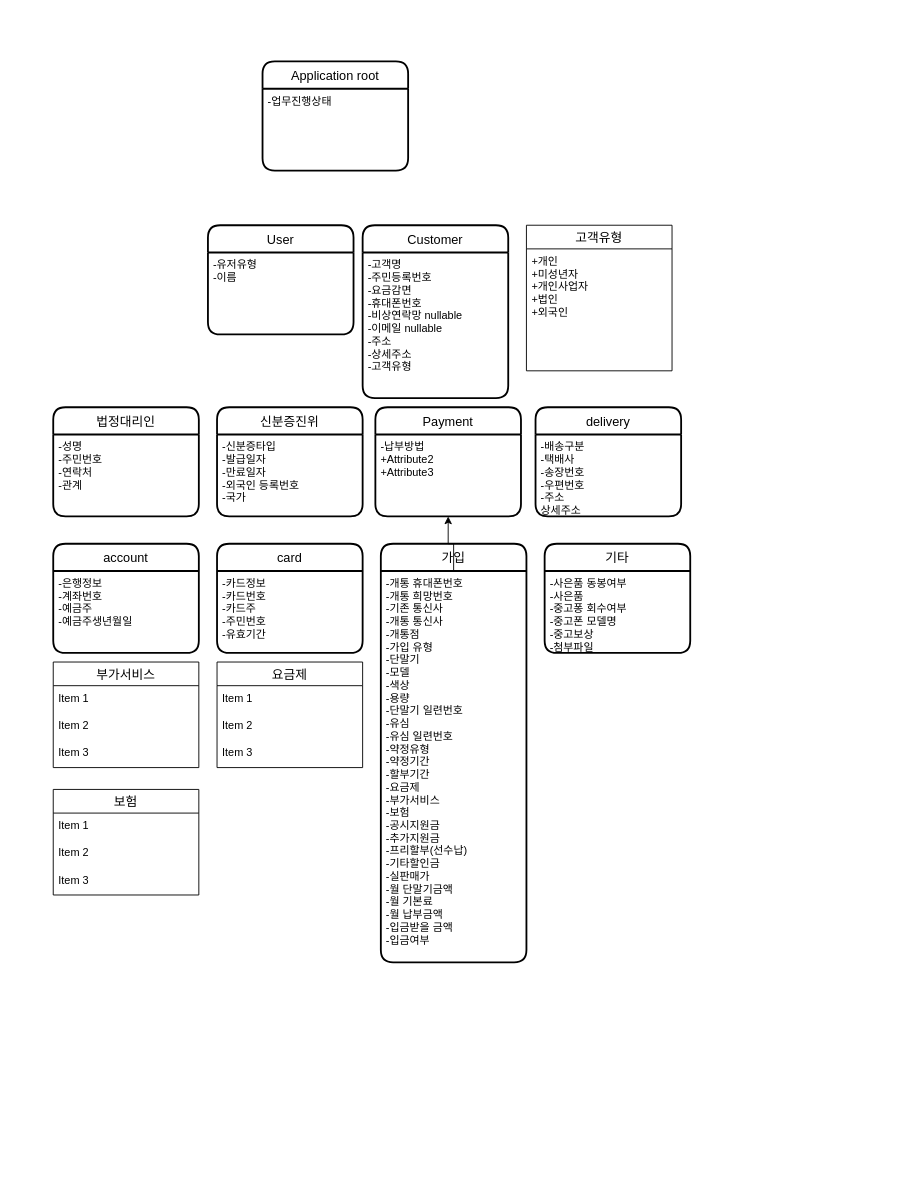
Above: daema-api/src/main/resources/Untitled Diagram.drawio in birdm1n/-backend (draw.io), before the change. Source tidied: cells renumbered, new cells numbered last; positions are measured from the earlier drawing's top-left corner, leaving out a move shared by most shapes. Both pictures are drawn from the tidied source at 91%, with x=0, y=0 at pixel (53, 61).
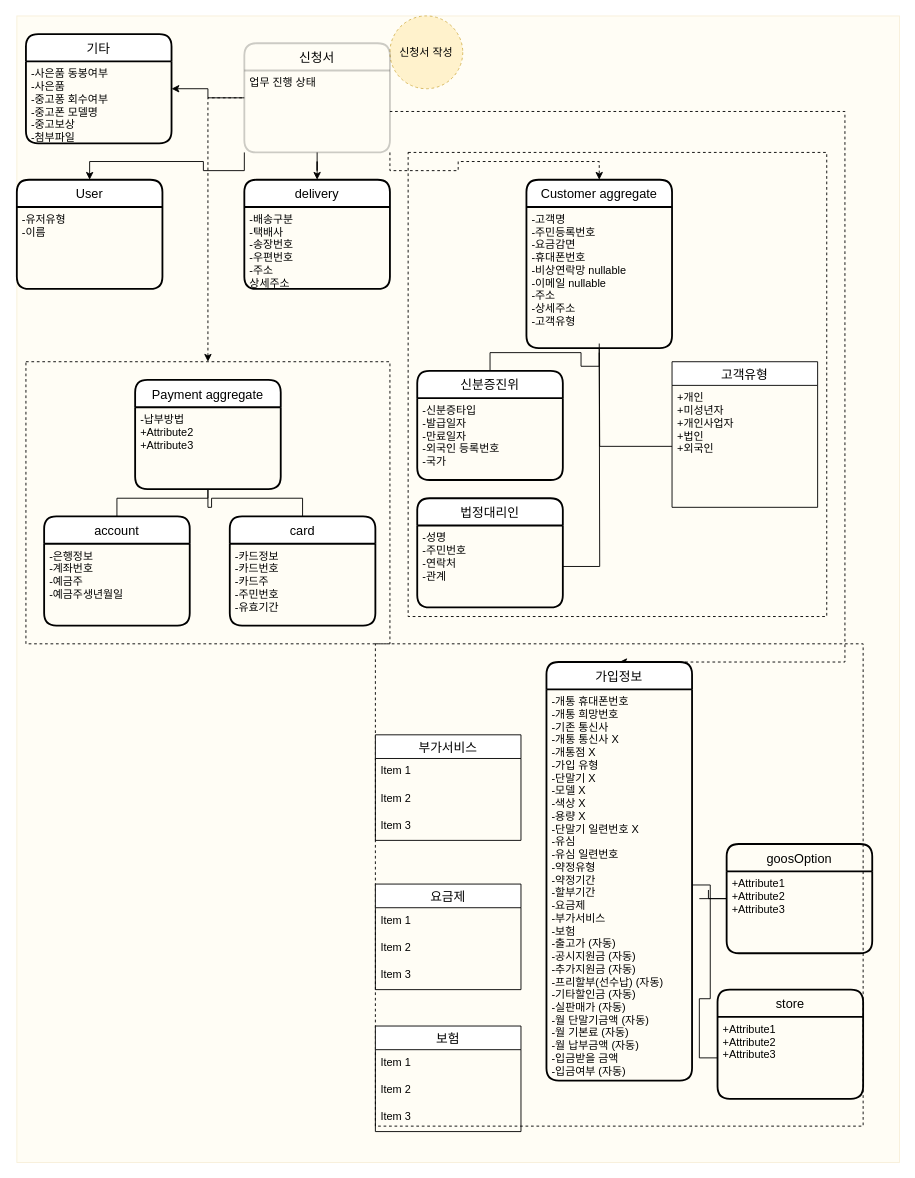
The same diagram, later.

The change refers to these unchanged cells:
```xml
<mxCell id="9" value="+개인&#10;+미성년자&#10;+개인사업자&#10;+법인&#10;+외국인" style="text;strokeColor=none;fillColor=none;spacingLeft=4;spacingRight=4;overflow=hidden;points=[[0,0.5],[1,0.5]];portConstraint=eastwest;fontSize=12;" parent="8" vertex="1">
  <mxGeometry y="26" width="160" height="134" as="geometry" />
</mxCell>
<mxCell id="15" value="-납부방법&#10;+Attribute2&#10;+Attribute3" style="align=left;strokeColor=none;fillColor=none;spacingLeft=4;fontSize=12;verticalAlign=top;" parent="14" vertex="1">
  <mxGeometry y="30" width="160" height="90" as="geometry" />
</mxCell>
```

What changed in the source:
```diff
@@
+    <mxCell id="39" style="whiteSpace=wrap;html=1;fillColor=#fff2cc;strokeColor=#d6b656;opacity=20;" parent="1" vertex="1">
+      <mxGeometry x="-40" y="-50" width="970" height="1260" as="geometry" />
+    </mxCell>
+    <mxCell id="40" style="whiteSpace=wrap;html=1;fillColor=none;dashed=1;" parent="1" vertex="1">
+      <mxGeometry x="354" y="640" width="536" height="530" as="geometry" />
+    </mxCell>
+    <mxCell id="41" style="edgeStyle=orthogonalEdgeStyle;rounded=0;jettySize=auto;html=1;entryX=0;entryY=0.5;entryDx=0;entryDy=0;endArrow=none;endFill=0;strokeColor=#000000;startArrow=classic;startFill=1;dashed=1;" parent="1" edge="1" source="42" target="60">
+      <mxGeometry relative="1" as="geometry" />
+    </mxCell>
+    <mxCell id="42" style="whiteSpace=wrap;html=1;fillColor=none;dashed=1;" parent="1" vertex="1">
+      <mxGeometry x="-30" y="330" width="400" height="310" as="geometry" />
+    </mxCell>
+    <mxCell id="43" style="whiteSpace=wrap;html=1;fillColor=none;dashed=1;" parent="1" vertex="1">
+      <mxGeometry x="390" y="100" width="460" height="510" as="geometry" />
+    </mxCell>
     <mxCell id="2" value="User" style="swimlane;horizontal=1;startSize=30;rounded=1;fontSize=14;fontStyle=0;strokeWidth=2;shadow=0;dashed=0;align=center;" parent="1" vertex="1">
-      <mxGeometry x="170" y="180" width="160" height="120" as="geometry" />
+      <mxGeometry x="-40" y="130" width="160" height="120" as="geometry" />
     </mxCell>
@@
-    <mxCell id="4" value="Application root" style="swimlane;horizontal=1;startSize=30;rounded=1;fontSize=14;fontStyle=0;strokeWidth=2;shadow=0;dashed=0;align=center;" parent="1" vertex="1">
-      <mxGeometry x="230" width="160" height="120" as="geometry" />
-    </mxCell>
-    <mxCell id="5" value="-업무진행상태&#10;&#10;" style="align=left;strokeColor=none;fillColor=none;spacingLeft=4;fontSize=12;verticalAlign=top;" parent="4" vertex="1">
-      <mxGeometry y="30" width="160" height="90" as="geometry" />
-    </mxCell>
-    <mxCell id="6" value="Customer" style="swimlane;horizontal=1;startSize=30;rounded=1;fontSize=14;fontStyle=0;strokeWidth=2;shadow=0;dashed=0;align=center;" parent="1" vertex="1">
-      <mxGeometry x="340" y="180" width="160" height="190" as="geometry" />
+    <mxCell id="6" value="Customer aggregate" style="swimlane;horizontal=1;startSize=30;rounded=1;fontSize=14;fontStyle=0;strokeWidth=2;shadow=0;dashed=0;align=center;" parent="1" vertex="1">
+      <mxGeometry x="520" y="130" width="160" height="185" as="geometry" />
     </mxCell>
     <mxCell id="7" value="-고객명&#10;-주민등록번호&#10;-요금감면&#10;-휴대폰번호&#10;-비상연락망 nullable&#10;-이메일 nullable&#10;-주소&#10;-상세주소&#10;-고객유형" style="align=left;strokeColor=none;fillColor=none;spacingLeft=4;fontSize=12;verticalAlign=top;" parent="6" vertex="1">
-      <mxGeometry y="30" width="160" height="160" as="geometry" />
+      <mxGeometry y="30" width="160" height="155" as="geometry" />
     </mxCell>
     <mxCell id="8" value="고객유형" style="swimlane;fontStyle=0;horizontal=1;startSize=26;align=center;fontSize=14;" parent="1" vertex="1">
-      <mxGeometry x="520" y="180" width="160" height="160" as="geometry" />
+      <mxGeometry x="680" y="330" width="160" height="160" as="geometry" />
     </mxCell>
@@
-    <mxCell id="10" value="법정대리인" style="swimlane;horizontal=1;startSize=30;rounded=1;fontSize=14;fontStyle=0;strokeWidth=2;shadow=0;dashed=0;align=center;" parent="1" vertex="1">
-      <mxGeometry y="380" width="160" height="120" as="geometry" />
-    </mxCell>
-    <mxCell id="11" value="-성명&#10;-주민번호&#10;-연락처&#10;-관계" style="align=left;strokeColor=none;fillColor=none;spacingLeft=4;fontSize=12;verticalAlign=top;" parent="10" vertex="1">
-      <mxGeometry y="30" width="160" height="90" as="geometry" />
-    </mxCell>
+    <mxCell id="44" style="edgeStyle=orthogonalEdgeStyle;rounded=0;jettySize=auto;html=1;entryX=0.5;entryY=1;entryDx=0;entryDy=0;endArrow=none;endFill=0;strokeColor=#000000;" parent="1" edge="1" source="12" target="7">
+      <mxGeometry relative="1" as="geometry" />
+    </mxCell>
     <mxCell id="12" value="신분증진위" style="swimlane;horizontal=1;startSize=30;rounded=1;fontSize=14;fontStyle=0;strokeWidth=2;shadow=0;dashed=0;align=center;" parent="1" vertex="1">
-      <mxGeometry x="180" y="380" width="160" height="120" as="geometry" />
+      <mxGeometry x="400" y="340" width="160" height="120" as="geometry" />
     </mxCell>
@@
-    <mxCell id="14" value="Payment" style="swimlane;horizontal=1;startSize=30;rounded=1;fontSize=14;fontStyle=0;strokeWidth=2;shadow=0;dashed=0;align=center;" parent="1" vertex="1">
-      <mxGeometry x="354" y="380" width="160" height="120" as="geometry" />
+    <mxCell id="14" value="Payment aggregate" style="swimlane;horizontal=1;startSize=30;rounded=1;fontSize=14;fontStyle=0;strokeWidth=2;shadow=0;dashed=0;align=center;" parent="1" vertex="1">
+      <mxGeometry x="90" y="350" width="160" height="120" as="geometry" />
     </mxCell>
@@
+    <mxCell id="45" style="edgeStyle=orthogonalEdgeStyle;rounded=0;jettySize=auto;html=1;entryX=0.5;entryY=1;entryDx=0;entryDy=0;endArrow=none;endFill=0;strokeColor=#000000;" parent="1" edge="1" source="16" target="15">
+      <mxGeometry relative="1" as="geometry" />
+    </mxCell>
     <mxCell id="16" value="account" style="swimlane;horizontal=1;startSize=30;rounded=1;fontSize=14;fontStyle=0;strokeWidth=2;shadow=0;dashed=0;align=center;" parent="1" vertex="1">
-      <mxGeometry y="530" width="160" height="120" as="geometry" />
+      <mxGeometry x="-10" y="500" width="160" height="120" as="geometry" />
     </mxCell>
@@
+    <mxCell id="46" style="edgeStyle=orthogonalEdgeStyle;rounded=0;jettySize=auto;html=1;entryX=0.5;entryY=1;entryDx=0;entryDy=0;endArrow=none;endFill=0;strokeColor=#000000;" parent="1" edge="1" source="18" target="15">
+      <mxGeometry relative="1" as="geometry" />
+    </mxCell>
     <mxCell id="18" value="card" style="swimlane;horizontal=1;startSize=30;rounded=1;fontSize=14;fontStyle=0;strokeWidth=2;shadow=0;dashed=0;align=center;" parent="1" vertex="1">
-      <mxGeometry x="180" y="530" width="160" height="120" as="geometry" />
+      <mxGeometry x="194" y="500" width="160" height="120" as="geometry" />
     </mxCell>
@@
+    <mxCell id="47" style="edgeStyle=orthogonalEdgeStyle;rounded=0;jettySize=auto;html=1;exitX=0.5;exitY=0;exitDx=0;exitDy=0;entryX=1;entryY=0.5;entryDx=0;entryDy=0;endArrow=none;endFill=0;strokeColor=#000000;dashed=1;startArrow=classic;startFill=1;" parent="1" edge="1" source="20" target="61">
+      <mxGeometry relative="1" as="geometry">
+        <Array as="points">
+          <mxPoint x="870" y="660" />
+          <mxPoint x="870" y="55" />
+        </Array>
+      </mxGeometry>
+    </mxCell>
-    <mxCell id="20" value="가입" style="swimlane;horizontal=1;startSize=30;rounded=1;fontSize=14;fontStyle=0;strokeWidth=2;shadow=0;dashed=0;align=center;" parent="1" vertex="1">
-      <mxGeometry x="360" y="530" width="160" height="460" as="geometry" />
+    <mxCell id="20" value="가입정보" style="swimlane;horizontal=1;startSize=30;rounded=1;fontSize=14;fontStyle=0;strokeWidth=2;shadow=0;dashed=0;align=center;" parent="1" vertex="1">
+      <mxGeometry x="542" y="660" width="160" height="460" as="geometry" />
     </mxCell>
-    <mxCell id="21" value="-개통 휴대폰번호&#10;-개통 희망번호&#10;-기존 통신사&#10;-개통 통신사&#10;-개통점&#10;-가입 유형&#10;-단말기&#10;-모델&#10;-색상&#10;-용량&#10;-단말기 일련번호&#10;-유심&#10;-유심 일련번호&#10;-약정유형&#10;-약정기간&#10;-할부기간&#10;-요금제&#10;-부가서비스&#10;-보험&#10;-공시지원금&#10;-추가지원금&#10;-프리할부(선수납)&#10;-기타할인금&#10;-실판매가&#10;-월 단말기금액&#10;-월 기본료&#10;-월 납부금액&#10;-입금받을 금액&#10;-입금여부&#10;" style="align=left;strokeColor=none;fillColor=none;spacingLeft=4;fontSize=12;verticalAlign=top;" parent="20" vertex="1">
+    <mxCell id="21" value="-개통 휴대폰번호&#10;-개통 희망번호&#10;-기존 통신사&#10;-개통 통신사 X&#10;-개통점 X&#10;-가입 유형&#10;-단말기 X&#10;-모델 X&#10;-색상 X&#10;-용량 X&#10;-단말기 일련번호 X&#10;-유심&#10;-유심 일련번호&#10;-약정유형&#10;-약정기간&#10;-할부기간&#10;-요금제&#10;-부가서비스&#10;-보험&#10;-출고가 (자동)&#10;-공시지원금 (자동)&#10;-추가지원금 (자동)&#10;-프리할부(선수납) (자동)&#10;-기타할인금 (자동)&#10;-실판매가 (자동)&#10;-월 단말기금액 (자동)&#10;-월 기본료 (자동)&#10;-월 납부금액 (자동)&#10;-입금받을 금액&#10;-입금여부 (자동)&#10;" style="align=left;strokeColor=none;fillColor=none;spacingLeft=4;fontSize=12;verticalAlign=top;" parent="20" vertex="1">
       <mxGeometry y="30" width="160" height="430" as="geometry" />
     </mxCell>
-    <mxCell id="22" style="edgeStyle=orthogonalEdgeStyle;rounded=0;jettySize=auto;html=1;" parent="1" edge="1" source="21" target="15">
-      <mxGeometry relative="1" as="geometry" />
-    </mxCell>
     <mxCell id="23" value="delivery" style="swimlane;horizontal=1;startSize=30;rounded=1;fontSize=14;fontStyle=0;strokeWidth=2;shadow=0;dashed=0;align=center;" parent="1" vertex="1">
-      <mxGeometry x="530" y="380" width="160" height="120" as="geometry" />
+      <mxGeometry x="210" y="130" width="160" height="120" as="geometry" />
     </mxCell>
@@
+    <mxCell id="48" style="edgeStyle=orthogonalEdgeStyle;rounded=0;jettySize=auto;html=1;entryX=0;entryY=0.5;entryDx=0;entryDy=0;endArrow=none;endFill=0;startArrow=classic;startFill=1;" parent="1" edge="1" source="25" target="60">
+      <mxGeometry relative="1" as="geometry" />
+    </mxCell>
     <mxCell id="25" value="기타" style="swimlane;horizontal=1;startSize=30;rounded=1;fontSize=14;fontStyle=0;strokeWidth=2;shadow=0;dashed=0;align=center;" parent="1" vertex="1">
-      <mxGeometry x="540" y="530" width="160" height="120" as="geometry" />
+      <mxGeometry x="-30" y="-30" width="160" height="120" as="geometry" />
     </mxCell>
@@
     <mxCell id="27" value="부가서비스" style="swimlane;fontStyle=0;horizontal=1;startSize=26;align=center;fontSize=14;" parent="1" vertex="1">
-      <mxGeometry y="660" width="160" height="116" as="geometry" />
+      <mxGeometry x="354" y="740" width="160" height="116" as="geometry" />
     </mxCell>
@@
     <mxCell id="31" value="요금제" style="swimlane;fontStyle=0;horizontal=1;startSize=26;align=center;fontSize=14;" parent="1" vertex="1">
-      <mxGeometry x="180" y="660" width="160" height="116" as="geometry" />
+      <mxGeometry x="354" y="904" width="160" height="116" as="geometry" />
     </mxCell>
@@
     <mxCell id="35" value="보험" style="swimlane;fontStyle=0;horizontal=1;startSize=26;align=center;fontSize=14;" parent="1" vertex="1">
-      <mxGeometry y="800" width="160" height="116" as="geometry" />
+      <mxGeometry x="354" y="1060" width="160" height="116" as="geometry" />
     </mxCell>
@@
+    <mxCell id="10" value="법정대리인" style="swimlane;horizontal=1;startSize=30;rounded=1;fontSize=14;fontStyle=0;strokeWidth=2;shadow=0;dashed=0;align=center;" parent="1" vertex="1">
+      <mxGeometry x="400" y="480" width="160" height="120" as="geometry" />
+    </mxCell>
+    <mxCell id="11" value="-성명&#10;-주민번호&#10;-연락처&#10;-관계" style="align=left;strokeColor=none;fillColor=none;spacingLeft=4;fontSize=12;verticalAlign=top;" parent="10" vertex="1">
+      <mxGeometry y="30" width="160" height="90" as="geometry" />
+    </mxCell>
+    <mxCell id="49" style="edgeStyle=orthogonalEdgeStyle;rounded=0;jettySize=auto;html=1;exitX=1;exitY=0.5;exitDx=0;exitDy=0;endArrow=none;endFill=0;strokeColor=#000000;" parent="1" edge="1" source="11">
+      <mxGeometry relative="1" as="geometry">
+        <mxPoint x="600" y="310" as="targetPoint" />
+      </mxGeometry>
+    </mxCell>
+    <mxCell id="50" style="edgeStyle=orthogonalEdgeStyle;rounded=0;jettySize=auto;html=1;endArrow=none;endFill=0;strokeColor=#000000;" parent="1" edge="1" source="9">
+      <mxGeometry relative="1" as="geometry">
+        <mxPoint x="600" y="320" as="targetPoint" />
+      </mxGeometry>
+    </mxCell>
+    <mxCell id="51" style="edgeStyle=orthogonalEdgeStyle;rounded=0;jettySize=auto;html=1;entryX=1.05;entryY=0.535;entryDx=0;entryDy=0;entryPerimeter=0;endArrow=none;endFill=0;strokeColor=#000000;" parent="1" edge="1" source="53" target="21">
+      <mxGeometry relative="1" as="geometry" />
+    </mxCell>
+    <mxCell id="52" style="edgeStyle=orthogonalEdgeStyle;rounded=0;jettySize=auto;html=1;endArrow=none;endFill=0;strokeColor=#000000;" parent="1" edge="1" source="53">
+      <mxGeometry relative="1" as="geometry">
+        <mxPoint x="720" y="910" as="targetPoint" />
+      </mxGeometry>
+    </mxCell>
+    <mxCell id="53" value="goosOption" style="swimlane;horizontal=1;startSize=30;rounded=1;fontSize=14;fontStyle=0;strokeWidth=2;shadow=0;dashed=0;align=center;fillColor=none;" parent="1" vertex="1">
+      <mxGeometry x="740" y="860" width="160" height="120" as="geometry" />
+    </mxCell>
+    <mxCell id="54" value="+Attribute1&#10;+Attribute2&#10;+Attribute3" style="align=left;strokeColor=none;fillColor=none;spacingLeft=4;fontSize=12;verticalAlign=top;" parent="53" vertex="1">
+      <mxGeometry y="30" width="160" height="90" as="geometry" />
+    </mxCell>
+    <mxCell id="55" value="store" style="swimlane;horizontal=1;startSize=30;rounded=1;fontSize=14;fontStyle=0;strokeWidth=2;shadow=0;dashed=0;align=center;fillColor=none;" parent="1" vertex="1">
+      <mxGeometry x="730" y="1020" width="160" height="120" as="geometry" />
+    </mxCell>
+    <mxCell id="56" value="+Attribute1&#10;+Attribute2&#10;+Attribute3" style="align=left;strokeColor=none;fillColor=none;spacingLeft=4;fontSize=12;verticalAlign=top;" parent="55" vertex="1">
+      <mxGeometry y="30" width="160" height="90" as="geometry" />
+    </mxCell>
+    <mxCell id="57" style="edgeStyle=orthogonalEdgeStyle;rounded=0;jettySize=auto;html=1;entryX=1;entryY=0.5;entryDx=0;entryDy=0;endArrow=none;endFill=0;strokeColor=#000000;" parent="1" edge="1" source="56" target="21">
+      <mxGeometry relative="1" as="geometry" />
+    </mxCell>
+    <mxCell id="58" value="신청서 작성" style="ellipse;whiteSpace=wrap;html=1;dashed=1;fillColor=#fff2cc;strokeColor=#d6b656;" parent="1" vertex="1">
+      <mxGeometry x="370" y="-50" width="80" height="80" as="geometry" />
+    </mxCell>
+    <mxCell id="59" style="edgeStyle=orthogonalEdgeStyle;rounded=0;jettySize=auto;html=1;entryX=0.5;entryY=0;entryDx=0;entryDy=0;endArrow=classic;endFill=1;strokeColor=#000000;startArrow=none;startFill=0;" parent="1" edge="1" source="60" target="23">
+      <mxGeometry relative="1" as="geometry" />
+    </mxCell>
+    <mxCell id="60" value="신청서" style="swimlane;horizontal=1;startSize=30;rounded=1;fontSize=14;fontStyle=0;strokeWidth=2;shadow=0;dashed=0;align=center;fillColor=none;opacity=20;" parent="1" vertex="1">
+      <mxGeometry x="210" y="-20" width="160" height="120" as="geometry" />
+    </mxCell>
+    <mxCell id="61" value="업무 진행 상태" style="align=left;strokeColor=none;fillColor=none;spacingLeft=4;fontSize=12;verticalAlign=top;" parent="60" vertex="1">
+      <mxGeometry y="30" width="160" height="90" as="geometry" />
+    </mxCell>
+    <mxCell id="62" style="edgeStyle=orthogonalEdgeStyle;rounded=0;jettySize=auto;html=1;exitX=0;exitY=1;exitDx=0;exitDy=0;entryX=0.5;entryY=0;entryDx=0;entryDy=0;endArrow=classic;endFill=1;strokeColor=#000000;startArrow=none;startFill=0;" parent="1" edge="1" source="61" target="2">
+      <mxGeometry relative="1" as="geometry" />
+    </mxCell>
+    <mxCell id="63" style="edgeStyle=orthogonalEdgeStyle;rounded=0;jettySize=auto;html=1;exitX=1;exitY=1;exitDx=0;exitDy=0;endArrow=classic;endFill=1;strokeColor=#000000;startArrow=none;startFill=0;dashed=1;" parent="1" edge="1" source="61" target="6">
+      <mxGeometry relative="1" as="geometry" />
+    </mxCell>
```
